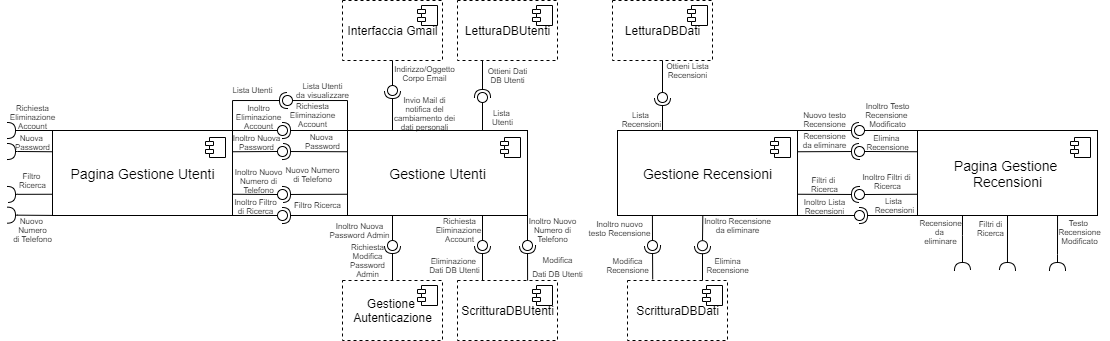
This is UML/CD/Modulo 4 Amministrazione.png from G15-UniTN/iSpesa, a draw.io export, as it was before one commit. Source tidied: cells renumbered, new cells last; positions are measured from the earlier drawing's top-left corner, leaving out a move shared by most shapes.
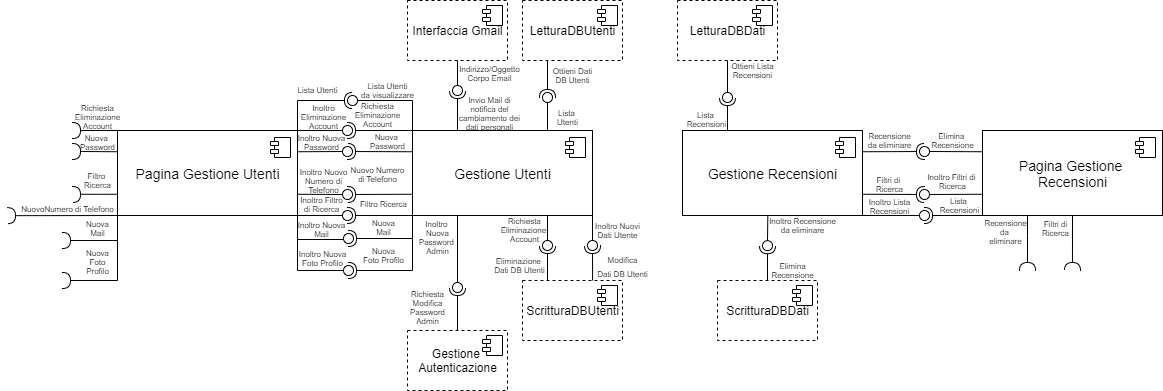
Later version of the same file.

What changed in the source:
```diff
@@ -11,7 +11,7 @@
       </mxGeometry>
     </mxCell>
     <mxCell id="4" value="Gestione &lt;br&gt;Autenticazione" style="html=1;dashed=1;" parent="1" vertex="1">
-      <mxGeometry x="340" y="280" width="100" height="60" as="geometry" />
+      <mxGeometry x="340" y="330" width="100" height="60" as="geometry" />
     </mxCell>
     <mxCell id="5" style="shape=module;jettyWidth=8;jettyHeight=4;" parent="4" vertex="1">
       <mxGeometry x="1" width="20" height="20" relative="1" as="geometry">
@@ -121,13 +121,13 @@
       <mxGeometry relative="1" as="geometry" />
     </mxCell>
     <mxCell id="36" style="ellipse;whiteSpace=wrap;html=1;fontFamily=Helvetica;fontSize=12;fontColor=#000000;align=center;strokeColor=#000000;fillColor=#ffffff;points=[];" parent="1" vertex="1">
-      <mxGeometry x="385" y="240" width="10" height="10" as="geometry" />
+      <mxGeometry x="385" y="282" width="10" height="10" as="geometry" />
     </mxCell>
-    <mxCell id="37" value="Inoltro Nuova&lt;br&gt;Password Admin" style="text;html=1;align=center;verticalAlign=middle;strokeColor=none;fontSize=8;" parent="1" vertex="1">
-      <mxGeometry x="317" y="215" width="80" height="30" as="geometry" />
+    <mxCell id="37" value="Inoltro &lt;br&gt;Nuova&lt;br&gt;Password &lt;br&gt;Admin" style="text;html=1;align=center;verticalAlign=middle;strokeColor=none;fontSize=8;" parent="1" vertex="1">
+      <mxGeometry x="345" y="212" width="50" height="50" as="geometry" />
     </mxCell>
     <mxCell id="38" value="Richiesta&lt;br&gt;Modifica&lt;br&gt;Password&lt;br&gt;Admin" style="text;html=1;align=center;verticalAlign=middle;strokeColor=none;fontSize=8;" parent="1" vertex="1">
-      <mxGeometry x="340" y="235" width="50" height="50" as="geometry" />
+      <mxGeometry x="335" y="282" width="50" height="50" as="geometry" />
     </mxCell>
     <mxCell id="39" style="rounded=0;jettySize=auto;html=1;endArrow=none;endFill=0;fontSize=8;exitX=0.75;exitY=1;exitDx=0;exitDy=0;" parent="1" edge="1" source="2" target="41">
       <mxGeometry relative="1" as="geometry" />
@@ -153,8 +153,8 @@
     <mxCell id="46" style="ellipse;whiteSpace=wrap;html=1;fontFamily=Helvetica;fontSize=12;fontColor=#000000;align=center;strokeColor=#000000;fillColor=#ffffff;points=[];" parent="1" vertex="1">
       <mxGeometry x="520" y="240" width="10" height="10" as="geometry" />
     </mxCell>
-    <mxCell id="47" value="&lt;font style=&quot;font-size: 8px&quot;&gt;Inoltro Nuovo&lt;br&gt;Numero di&lt;br&gt;Telefono&lt;br style=&quot;font-size: 8px&quot;&gt;&lt;/font&gt;" style="text;html=1;align=center;verticalAlign=middle;strokeColor=none;fillColor=none;spacing=0;fontSize=8;" parent="1" vertex="1">
-      <mxGeometry x="520" y="210" width="60" height="40" as="geometry" />
+    <mxCell id="47" value="&lt;font style=&quot;font-size: 8px&quot;&gt;Inoltro Nuovi&lt;br&gt;Dati Utente&lt;br style=&quot;font-size: 8px&quot;&gt;&lt;/font&gt;" style="text;html=1;align=center;verticalAlign=middle;strokeColor=none;fillColor=none;spacing=0;fontSize=8;" parent="1" vertex="1">
+      <mxGeometry x="520" y="215" width="60" height="30" as="geometry" />
     </mxCell>
     <mxCell id="48" value="&lt;font style=&quot;font-size: 8px&quot;&gt;Modifica&lt;br&gt;Dati DB Utenti&lt;br&gt;&lt;/font&gt;" style="text;html=1;align=center;verticalAlign=middle;strokeColor=none;fillColor=none;" parent="1" vertex="1">
       <mxGeometry x="520" y="245" width="70" height="40" as="geometry" />
@@ -169,7 +169,7 @@
       <mxGeometry x="275" y="210" width="10" height="10" as="geometry" />
     </mxCell>
     <mxCell id="52" value="Filtro Ricerca" style="text;html=1;align=center;verticalAlign=middle;strokeColor=none;fontSize=8;" parent="1" vertex="1">
-      <mxGeometry x="285" y="195" width="60" height="20" as="geometry" />
+      <mxGeometry x="286" y="194" width="60" height="20" as="geometry" />
     </mxCell>
     <mxCell id="53" style="rounded=0;jettySize=auto;html=1;endArrow=none;endFill=0;fontSize=8;exitX=0;exitY=0;exitDx=0;exitDy=0;edgeStyle=orthogonalEdgeStyle;" parent="1" edge="1" source="2" target="55">
       <mxGeometry relative="1" as="geometry">
@@ -204,7 +204,7 @@
       <mxGeometry x="226" y="161" width="60" height="40" as="geometry" />
     </mxCell>
     <mxCell id="61" value="Inoltro Filtro&lt;br&gt;di Ricerca" style="text;html=1;align=center;verticalAlign=middle;strokeColor=none;fontSize=8;" parent="1" vertex="1">
-      <mxGeometry x="223" y="191" width="60" height="30" as="geometry" />
+      <mxGeometry x="224" y="189" width="60" height="30" as="geometry" />
     </mxCell>
     <mxCell id="62" style="rounded=0;jettySize=auto;html=1;endArrow=halfCircle;endFill=0;entryX=0.5;entryY=0.5;entryDx=0;entryDy=0;endSize=6;strokeWidth=1;fontSize=8;exitX=0;exitY=0;exitDx=0;exitDy=0;" parent="1" edge="1" source="10">
       <mxGeometry relative="1" as="geometry">
@@ -220,16 +220,6 @@
         </Array>
       </mxGeometry>
     </mxCell>
-    <mxCell id="64" style="rounded=0;orthogonalLoop=1;jettySize=auto;html=1;endArrow=halfCircle;endFill=0;endSize=6;strokeWidth=1;fontSize=8;exitX=0;exitY=0.25;exitDx=0;exitDy=0;" parent="1" edge="1">
-      <mxGeometry relative="1" as="geometry">
-        <mxPoint x="50" y="214.9" as="sourcePoint" />
-        <mxPoint x="5" y="214.7" as="targetPoint" />
-        <Array as="points">
-          <mxPoint x="15" y="214.7" />
-          <mxPoint x="5" y="214.7" />
-        </Array>
-      </mxGeometry>
-    </mxCell>
     <mxCell id="65" style="rounded=0;jettySize=auto;html=1;endArrow=halfCircle;endFill=0;endSize=6;strokeWidth=1;fontSize=8;exitX=0;exitY=0.75;exitDx=0;exitDy=0;edgeStyle=orthogonalEdgeStyle;" parent="1" edge="1" source="10">
       <mxGeometry relative="1" as="geometry">
         <mxPoint x="5" y="194" as="targetPoint" />
@@ -244,8 +234,8 @@
     <mxCell id="67" value="Richiesta&lt;br&gt;Eliminazione&lt;br&gt;Account" style="text;html=1;align=center;verticalAlign=middle;strokeColor=none;fontSize=8;" parent="1" vertex="1">
       <mxGeometry y="97" width="60" height="40" as="geometry" />
     </mxCell>
-    <mxCell id="68" value="Nuovo &lt;br&gt;Numero&lt;br&gt;di Telefono" style="text;html=1;align=center;verticalAlign=middle;strokeColor=none;fontSize=8;" parent="1" vertex="1">
-      <mxGeometry x="5" y="210" width="50" height="40" as="geometry" />
+    <mxCell id="68" value="NuovoNumero di Telefono" style="text;html=1;align=center;verticalAlign=middle;strokeColor=none;fontSize=8;" parent="1" vertex="1">
+      <mxGeometry x="-55" y="199" width="110" height="20" as="geometry" />
     </mxCell>
     <mxCell id="69" value="Filtro &lt;br&gt;Ricerca" style="text;html=1;align=center;verticalAlign=middle;strokeColor=none;fontSize=8;" parent="1" vertex="1">
       <mxGeometry x="10" y="165" width="40" height="30" as="geometry" />
@@ -277,7 +267,7 @@
       </mxGeometry>
     </mxCell>
     <mxCell id="78" value="ScritturaDBDati" style="html=1;dashed=1;" parent="1" vertex="1">
-      <mxGeometry x="625" y="280" width="100" height="60" as="geometry" />
+      <mxGeometry x="650" y="280" width="100" height="60" as="geometry" />
     </mxCell>
     <mxCell id="79" style="shape=module;jettyWidth=8;jettyHeight=4;" parent="78" vertex="1">
       <mxGeometry x="1" width="20" height="20" relative="1" as="geometry">
@@ -299,45 +289,21 @@
     <mxCell id="84" value="Lista &lt;br&gt;Recensioni" style="text;html=1;align=center;verticalAlign=middle;strokeColor=none;fontSize=8;" parent="1" vertex="1">
       <mxGeometry x="609" y="104" width="60" height="30" as="geometry" />
     </mxCell>
-    <mxCell id="85" style="rounded=0;jettySize=auto;html=1;endArrow=none;endFill=0;fontSize=8;exitX=0.194;exitY=0.998;exitDx=0;exitDy=0;exitPerimeter=0;" parent="1" edge="1" source="12" target="87">
-      <mxGeometry relative="1" as="geometry" />
-    </mxCell>
-    <mxCell id="86" style="rounded=0;jettySize=auto;html=1;endArrow=halfCircle;endFill=0;entryX=0.5;entryY=0.5;entryDx=0;entryDy=0;endSize=6;strokeWidth=1;fontSize=8;exitX=0.252;exitY=-0.018;exitDx=0;exitDy=0;exitPerimeter=0;" parent="1" edge="1" source="78" target="87">
-      <mxGeometry relative="1" as="geometry" />
-    </mxCell>
-    <mxCell id="87" style="ellipse;whiteSpace=wrap;html=1;fontFamily=Helvetica;fontSize=12;fontColor=#000000;align=center;strokeColor=#000000;fillColor=#ffffff;points=[];" parent="1" vertex="1">
-      <mxGeometry x="645" y="240" width="10" height="10" as="geometry" />
-    </mxCell>
-    <mxCell id="88" value="Modifica&lt;br&gt;Recensione" style="text;html=1;align=center;verticalAlign=middle;strokeColor=none;fontSize=8;" parent="1" vertex="1">
-      <mxGeometry x="595" y="250.2" width="60" height="30" as="geometry" />
-    </mxCell>
     <mxCell id="89" style="rounded=0;jettySize=auto;html=1;endArrow=none;endFill=0;fontSize=8;exitX=0.474;exitY=1;exitDx=0;exitDy=0;exitPerimeter=0;edgeStyle=elbowEdgeStyle;" parent="1" edge="1" source="12" target="91">
       <mxGeometry relative="1" as="geometry" />
     </mxCell>
-    <mxCell id="90" style="rounded=0;jettySize=auto;html=1;endArrow=halfCircle;endFill=0;entryX=0.5;entryY=0.5;entryDx=0;entryDy=0;endSize=6;strokeWidth=1;fontSize=8;exitX=0.75;exitY=0;exitDx=0;exitDy=0;" parent="1" edge="1" source="78" target="91">
+    <mxCell id="90" style="rounded=0;jettySize=auto;html=1;endArrow=halfCircle;endFill=0;entryX=0.5;entryY=0.5;entryDx=0;entryDy=0;endSize=6;strokeWidth=1;fontSize=8;exitX=0.5;exitY=0;exitDx=0;exitDy=0;" parent="1" edge="1" source="78" target="91">
       <mxGeometry relative="1" as="geometry" />
     </mxCell>
     <mxCell id="91" style="ellipse;whiteSpace=wrap;html=1;fontFamily=Helvetica;fontSize=12;fontColor=#000000;align=center;strokeColor=#000000;fillColor=#ffffff;points=[];" parent="1" vertex="1">
       <mxGeometry x="695" y="240.2" width="10" height="10" as="geometry" />
     </mxCell>
     <mxCell id="92" value="Elimina&lt;br&gt;Recensione" style="text;html=1;align=center;verticalAlign=middle;strokeColor=none;fontSize=8;" parent="1" vertex="1">
-      <mxGeometry x="695" y="250.2" width="60" height="30" as="geometry" />
+      <mxGeometry x="695" y="255" width="60" height="30" as="geometry" />
     </mxCell>
     <mxCell id="93" value="Inoltro Recensione&lt;br&gt;da eliminare" style="text;html=1;align=center;verticalAlign=middle;strokeColor=none;fontSize=8;" parent="1" vertex="1">
       <mxGeometry x="695" y="210.2" width="80" height="30" as="geometry" />
     </mxCell>
-    <mxCell id="94" value="Inoltro nuovo&lt;br&gt;testo Recensione" style="text;html=1;align=center;verticalAlign=middle;strokeColor=none;fontSize=8;" parent="1" vertex="1">
-      <mxGeometry x="577" y="213" width="80" height="30" as="geometry" />
-    </mxCell>
-    <mxCell id="95" style="rounded=0;jettySize=auto;html=1;endArrow=none;endFill=0;fontSize=8;exitX=0;exitY=0;exitDx=0;exitDy=0;" parent="1" edge="1" source="14" target="97">
-      <mxGeometry relative="1" as="geometry" />
-    </mxCell>
-    <mxCell id="96" style="rounded=0;jettySize=auto;html=1;endArrow=halfCircle;endFill=0;entryX=0.5;entryY=0.5;entryDx=0;entryDy=0;endSize=6;strokeWidth=1;fontSize=8;exitX=1;exitY=0;exitDx=0;exitDy=0;" parent="1" edge="1" source="12" target="97">
-      <mxGeometry relative="1" as="geometry" />
-    </mxCell>
-    <mxCell id="97" style="ellipse;whiteSpace=wrap;html=1;fontFamily=Helvetica;fontSize=12;fontColor=#000000;align=center;strokeColor=#000000;fillColor=#ffffff;points=[];" parent="1" vertex="1">
-      <mxGeometry x="852" y="125" width="10" height="10" as="geometry" />
-    </mxCell>
     <mxCell id="98" style="rounded=0;jettySize=auto;html=1;endArrow=none;endFill=0;fontSize=8;exitX=0;exitY=0.25;exitDx=0;exitDy=0;" parent="1" edge="1" source="14" target="100">
       <mxGeometry relative="1" as="geometry" />
     </mxCell>
@@ -377,15 +343,9 @@
     <mxCell id="110" value="Recensione&lt;br&gt;da eliminare" style="text;html=1;align=center;verticalAlign=middle;strokeColor=none;fontSize=8;" parent="1" vertex="1">
       <mxGeometry x="792" y="125" width="60" height="30" as="geometry" />
     </mxCell>
-    <mxCell id="111" value="Nuovo testo&lt;br style=&quot;font-size: 8px;&quot;&gt;Recensione" style="text;html=1;align=center;verticalAlign=middle;strokeColor=none;fontSize=8;spacing=0;" parent="1" vertex="1">
-      <mxGeometry x="792" y="104" width="60" height="30" as="geometry" />
-    </mxCell>
     <mxCell id="112" value="Elimina&amp;nbsp;&lt;br&gt;Recensione" style="text;html=1;align=center;verticalAlign=middle;strokeColor=none;fontSize=8;" parent="1" vertex="1">
-      <mxGeometry x="855" y="127" width="60" height="30" as="geometry" />
+      <mxGeometry x="855" y="125" width="60" height="30" as="geometry" />
     </mxCell>
-    <mxCell id="113" value="Inoltro Testo&lt;br&gt;Recensione&amp;nbsp;&lt;br&gt;Modificato" style="text;html=1;align=center;verticalAlign=middle;strokeColor=none;fontSize=8;" parent="1" vertex="1">
-      <mxGeometry x="855" y="95" width="60" height="40" as="geometry" />
-    </mxCell>
     <mxCell id="114" value="Inoltro Filtri di &lt;br&gt;Ricerca" style="text;html=1;align=center;verticalAlign=middle;strokeColor=none;fontSize=8;" parent="1" vertex="1">
       <mxGeometry x="855" y="166" width="60" height="30" as="geometry" />
     </mxCell>
@@ -402,24 +362,85 @@
         <mxPoint x="1005" y="270" as="targetPoint" />
       </mxGeometry>
     </mxCell>
-    <mxCell id="117" style="rounded=0;orthogonalLoop=1;jettySize=auto;html=1;endArrow=halfCircle;endFill=0;endSize=6;strokeWidth=1;fontSize=8;edgeStyle=orthogonalEdgeStyle;exitX=0.5;exitY=1;exitDx=0;exitDy=0;" parent="1" edge="1">
-      <mxGeometry relative="1" as="geometry">
-        <mxPoint x="1055" y="215" as="sourcePoint" />
-        <mxPoint x="1055" y="270" as="targetPoint" />
-        <Array as="points">
-          <mxPoint x="1055" y="254" />
-          <mxPoint x="1055" y="254" />
-        </Array>
-      </mxGeometry>
-    </mxCell>
     <mxCell id="118" value="Filtri di&lt;br&gt;Ricerca" style="text;html=1;align=center;verticalAlign=middle;strokeColor=none;fontSize=8;" parent="1" vertex="1">
       <mxGeometry x="968" y="213" width="40" height="30" as="geometry" />
     </mxCell>
     <mxCell id="119" value="Recensione&lt;br&gt;da&amp;nbsp;&lt;br&gt;eliminare" style="text;html=1;align=center;verticalAlign=middle;strokeColor=none;fontSize=8;" parent="1" vertex="1">
       <mxGeometry x="908" y="212" width="60" height="40" as="geometry" />
     </mxCell>
-    <mxCell id="120" value="Testo &lt;br&gt;Recensione&lt;br&gt;Modificato" style="text;html=1;align=center;verticalAlign=middle;strokeColor=none;fontSize=8;" parent="1" vertex="1">
-      <mxGeometry x="1047" y="212" width="60" height="40" as="geometry" />
-    </mxCell>
+    <mxCell id="121" style="rounded=0;jettySize=auto;html=1;endArrow=none;endFill=0;exitX=1;exitY=1;exitDx=0;exitDy=0;edgeStyle=orthogonalEdgeStyle;entryX=0.17;entryY=0.6;entryDx=0;entryDy=0;entryPerimeter=0;" parent="1" edge="1" source="10" target="123">
+      <mxGeometry relative="1" as="geometry">
+        <Array as="points">
+          <mxPoint x="230" y="239" />
+        </Array>
+      </mxGeometry>
+    </mxCell>
+    <mxCell id="122" style="rounded=0;jettySize=auto;html=1;endArrow=halfCircle;endFill=0;entryX=0.5;entryY=0.5;entryDx=0;entryDy=0;endSize=6;strokeWidth=1;exitX=0;exitY=1;exitDx=0;exitDy=0;edgeStyle=orthogonalEdgeStyle;" parent="1" edge="1" source="2" target="123">
+      <mxGeometry relative="1" as="geometry">
+        <Array as="points">
+          <mxPoint x="345" y="238" />
+        </Array>
+      </mxGeometry>
+    </mxCell>
+    <mxCell id="123" style="ellipse;whiteSpace=wrap;html=1;fontFamily=Helvetica;fontSize=12;fontColor=#000000;align=center;strokeColor=#000000;fillColor=#ffffff;points=[];" parent="1" vertex="1">
+      <mxGeometry x="276" y="233" width="10" height="10" as="geometry" />
+    </mxCell>
+    <mxCell id="124" value="Inoltro Nuova&lt;br&gt;Mail" style="text;html=1;align=center;verticalAlign=middle;strokeColor=none;fontSize=8;" parent="1" vertex="1">
+      <mxGeometry x="224" y="214" width="60" height="30" as="geometry" />
+    </mxCell>
+    <mxCell id="125" value="Nuova&lt;br&gt;Mail" style="text;html=1;align=center;verticalAlign=middle;strokeColor=none;fontSize=8;" parent="1" vertex="1">
+      <mxGeometry x="296" y="212" width="40" height="30" as="geometry" />
+    </mxCell>
+    <mxCell id="126" style="rounded=0;jettySize=auto;html=1;endArrow=halfCircle;endFill=0;endSize=6;strokeWidth=1;fontSize=8;exitX=0;exitY=1;exitDx=0;exitDy=0;edgeStyle=orthogonalEdgeStyle;" parent="1" edge="1" source="10">
+      <mxGeometry relative="1" as="geometry">
+        <mxPoint x="-5" y="240" as="targetPoint" />
+        <Array as="points">
+          <mxPoint x="50" y="240" />
+        </Array>
+      </mxGeometry>
+    </mxCell>
+    <mxCell id="127" style="rounded=0;orthogonalLoop=1;jettySize=auto;html=1;endArrow=halfCircle;endFill=0;entryX=0.5;entryY=0.5;entryDx=0;entryDy=0;endSize=6;strokeWidth=1;" parent="1" edge="1">
+      <mxGeometry relative="1" as="geometry">
+        <mxPoint x="55" y="215" as="sourcePoint" />
+        <mxPoint x="-60" y="215.2" as="targetPoint" />
+      </mxGeometry>
+    </mxCell>
+    <mxCell id="128" value="Nuova&lt;br&gt;Mail" style="text;html=1;align=center;verticalAlign=middle;points=[];strokeColor=none;fontSize=8;" parent="1" vertex="1">
+      <mxGeometry x="10" y="213" width="40" height="30" as="geometry" />
+    </mxCell>
+    <mxCell id="129" style="rounded=0;jettySize=auto;html=1;endArrow=none;endFill=0;edgeStyle=orthogonalEdgeStyle;exitX=1;exitY=1;exitDx=0;exitDy=0;" parent="1" edge="1" source="10" target="131">
+      <mxGeometry relative="1" as="geometry">
+        <Array as="points">
+          <mxPoint x="230" y="270" />
+        </Array>
+      </mxGeometry>
+    </mxCell>
+    <mxCell id="130" style="rounded=0;jettySize=auto;html=1;endArrow=halfCircle;endFill=0;entryX=0.5;entryY=0.5;entryDx=0;entryDy=0;endSize=6;strokeWidth=1;exitX=0;exitY=1;exitDx=0;exitDy=0;edgeStyle=orthogonalEdgeStyle;" parent="1" edge="1" source="2" target="131">
+      <mxGeometry relative="1" as="geometry">
+        <Array as="points">
+          <mxPoint x="345" y="270" />
+        </Array>
+      </mxGeometry>
+    </mxCell>
+    <mxCell id="131" style="ellipse;whiteSpace=wrap;html=1;fontFamily=Helvetica;fontSize=12;fontColor=#000000;align=center;strokeColor=#000000;fillColor=#ffffff;points=[];" parent="1" vertex="1">
+      <mxGeometry x="276" y="265" width="10" height="10" as="geometry" />
+    </mxCell>
+    <mxCell id="132" style="rounded=0;jettySize=auto;html=1;endArrow=halfCircle;endFill=0;endSize=6;strokeWidth=1;fontSize=8;exitX=1.001;exitY=0.076;exitDx=0;exitDy=0;edgeStyle=orthogonalEdgeStyle;exitPerimeter=0;" parent="1" edge="1" source="128">
+      <mxGeometry relative="1" as="geometry">
+        <mxPoint x="-5" y="280" as="targetPoint" />
+        <Array as="points">
+          <mxPoint x="50" y="280" />
+        </Array>
+      </mxGeometry>
+    </mxCell>
+    <mxCell id="133" value="Nuova&lt;br&gt;Foto&lt;br&gt;Profilo" style="text;html=1;align=center;verticalAlign=middle;strokeColor=none;fontSize=8;" parent="1" vertex="1">
+      <mxGeometry x="10" y="242" width="40" height="40" as="geometry" />
+    </mxCell>
+    <mxCell id="134" value="Inoltro Nuova&lt;br&gt;Foto Profilo" style="text;html=1;align=center;verticalAlign=middle;strokeColor=none;fontSize=8;" parent="1" vertex="1">
+      <mxGeometry x="225" y="243" width="60" height="30" as="geometry" />
+    </mxCell>
+    <mxCell id="135" value="Nuova&lt;br&gt;Foto Profilo" style="text;html=1;align=center;verticalAlign=middle;strokeColor=none;fontSize=8;" parent="1" vertex="1">
+      <mxGeometry x="286" y="240.2" width="60" height="30" as="geometry" />
+    </mxCell>
   </root>
 </mxGraphModel>
```
